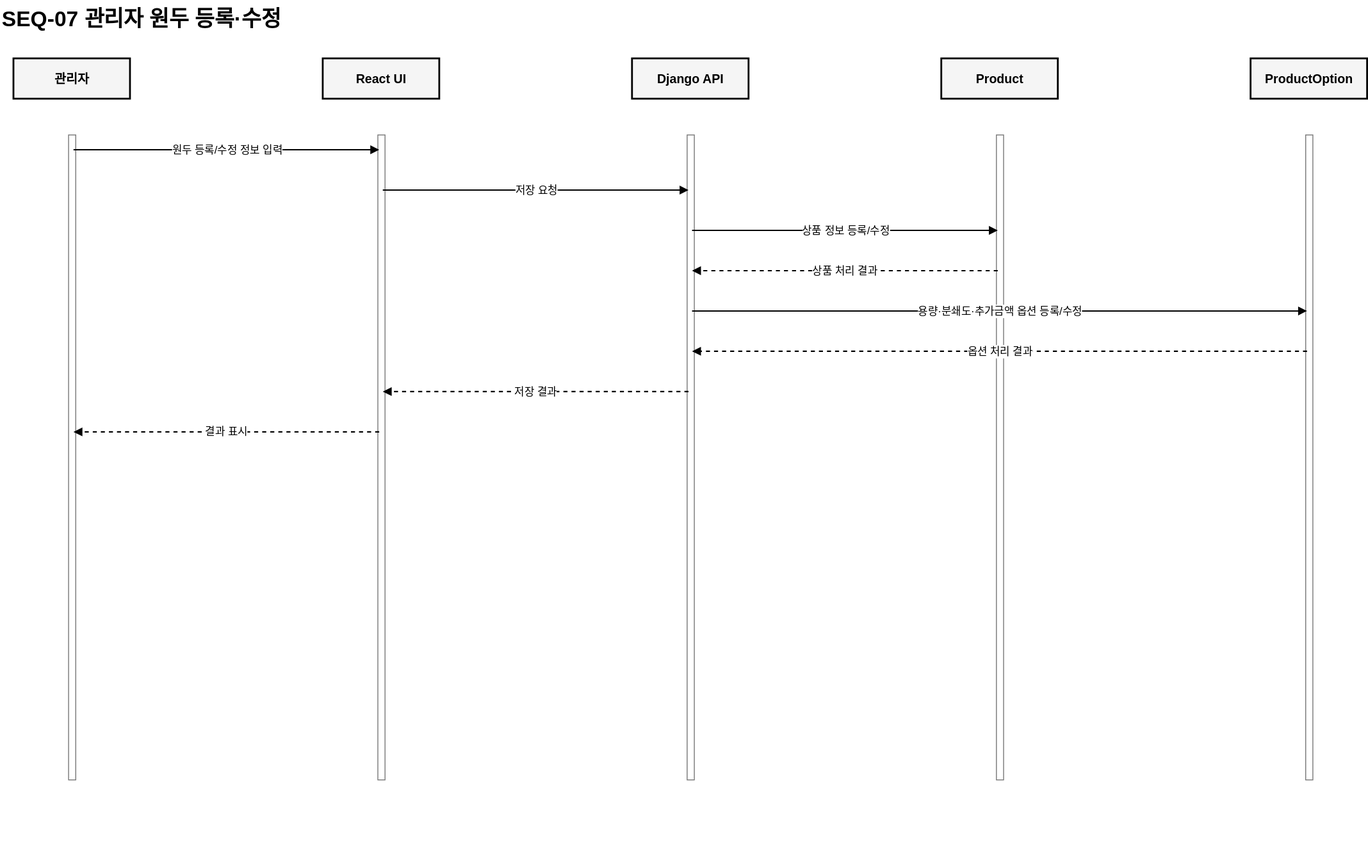
seren-wib/coffee-shop keeps this draw.io diagram as docs/frontend/sequence-diagrams/sequence-diagram-seq-07.drawio.svg. Above is the earlier version. Source tidied: cells renumbered, new cells last; positions are measured from the earlier drawing's top-left corner, leaving out a move shared by most shapes.
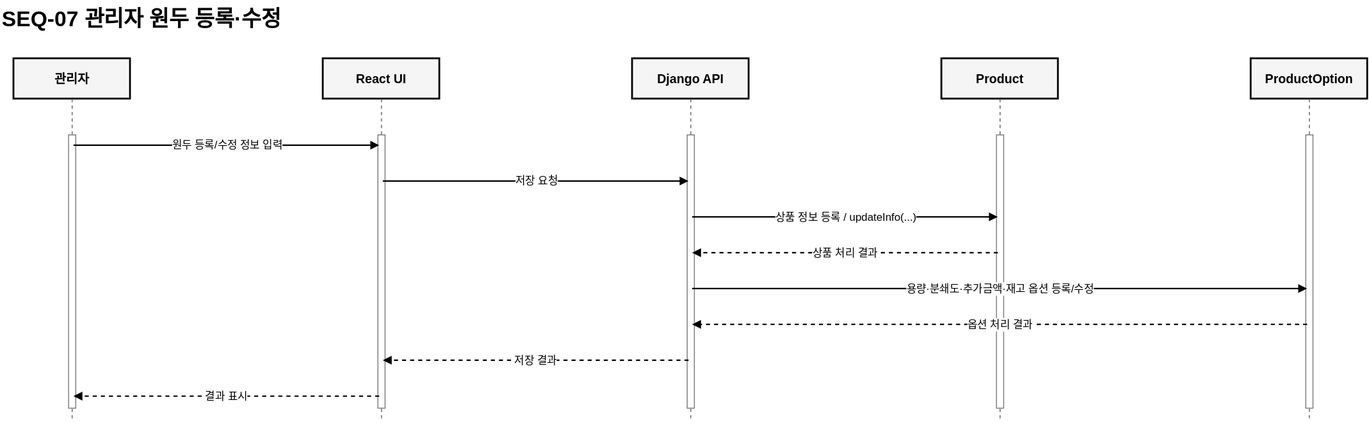
Above is the later version.

What changed in the source:
```diff
@@ -8,118 +8,118 @@
     <mxCell id="3" value="관리자" style="rounded=0;whiteSpace=wrap;html=1;strokeWidth=2;fillColor=#f5f5f5;fontStyle=1;fontSize=14;" parent="1" vertex="1">
       <mxGeometry x="15" y="65" width="130" height="45" as="geometry" />
     </mxCell>
-    <mxCell id="4" style="shape=line;html=1;strokeWidth=1.2;dashed=1;strokeColor=#777777;" parent="1" vertex="1">
-      <mxGeometry x="80" y="110" width="1" height="850" as="geometry" />
-    </mxCell>
-    <mxCell id="5" style="rounded=0;html=1;strokeColor=#777777;fillColor=#ffffff;" parent="1" vertex="1">
-      <mxGeometry x="76" y="150" width="8" height="720" as="geometry" />
-    </mxCell>
     <mxCell id="6" value="React UI" style="rounded=0;whiteSpace=wrap;html=1;strokeWidth=2;fillColor=#f5f5f5;fontStyle=1;fontSize=14;" parent="1" vertex="1">
       <mxGeometry x="360" y="65" width="130" height="45" as="geometry" />
     </mxCell>
-    <mxCell id="7" style="shape=line;html=1;strokeWidth=1.2;dashed=1;strokeColor=#777777;" parent="1" vertex="1">
-      <mxGeometry x="425" y="110" width="1" height="850" as="geometry" />
-    </mxCell>
-    <mxCell id="8" style="rounded=0;html=1;strokeColor=#777777;fillColor=#ffffff;" parent="1" vertex="1">
-      <mxGeometry x="421" y="150" width="8" height="720" as="geometry" />
-    </mxCell>
     <mxCell id="9" value="Django API" style="rounded=0;whiteSpace=wrap;html=1;strokeWidth=2;fillColor=#f5f5f5;fontStyle=1;fontSize=14;" parent="1" vertex="1">
       <mxGeometry x="705" y="65" width="130" height="45" as="geometry" />
     </mxCell>
-    <mxCell id="10" style="shape=line;html=1;strokeWidth=1.2;dashed=1;strokeColor=#777777;" parent="1" vertex="1">
-      <mxGeometry x="770" y="110" width="1" height="850" as="geometry" />
-    </mxCell>
-    <mxCell id="11" style="rounded=0;html=1;strokeColor=#777777;fillColor=#ffffff;" parent="1" vertex="1">
-      <mxGeometry x="766" y="150" width="8" height="720" as="geometry" />
-    </mxCell>
     <mxCell id="12" value="Product" style="rounded=0;whiteSpace=wrap;html=1;strokeWidth=2;fillColor=#f5f5f5;fontStyle=1;fontSize=14;" parent="1" vertex="1">
       <mxGeometry x="1050" y="65" width="130" height="45" as="geometry" />
     </mxCell>
-    <mxCell id="13" style="shape=line;html=1;strokeWidth=1.2;dashed=1;strokeColor=#777777;" parent="1" vertex="1">
-      <mxGeometry x="1115" y="110" width="1" height="850" as="geometry" />
-    </mxCell>
-    <mxCell id="14" style="rounded=0;html=1;strokeColor=#777777;fillColor=#ffffff;" parent="1" vertex="1">
-      <mxGeometry x="1111" y="150" width="8" height="720" as="geometry" />
-    </mxCell>
     <mxCell id="15" value="ProductOption" style="rounded=0;whiteSpace=wrap;html=1;strokeWidth=2;fillColor=#f5f5f5;fontStyle=1;fontSize=14;" parent="1" vertex="1">
       <mxGeometry x="1395" y="65" width="130" height="45" as="geometry" />
     </mxCell>
-    <mxCell id="16" style="shape=line;html=1;strokeWidth=1.2;dashed=1;strokeColor=#777777;" parent="1" vertex="1">
-      <mxGeometry x="1460" y="110" width="1" height="850" as="geometry" />
-    </mxCell>
-    <mxCell id="17" style="rounded=0;html=1;strokeColor=#777777;fillColor=#ffffff;" parent="1" vertex="1">
-      <mxGeometry x="1456" y="150" width="8" height="720" as="geometry" />
-    </mxCell>
-    <mxCell id="18" style="ellipse;html=1;strokeColor=none;fillColor=none;" parent="1" vertex="1">
-      <mxGeometry x="78" y="165" width="4" height="4" as="geometry" />
-    </mxCell>
-    <mxCell id="19" style="ellipse;html=1;strokeColor=none;fillColor=none;" parent="1" vertex="1">
-      <mxGeometry x="423" y="165" width="4" height="4" as="geometry" />
-    </mxCell>
+    <mxCell id="42" style="shape=line;direction=south;html=1;strokeWidth=1.2;dashed=1;strokeColor=#777777;" parent="1" vertex="1">
+      <mxGeometry x="75" y="110" width="10" height="360" as="geometry" />
+    </mxCell>
+    <mxCell id="43" style="rounded=0;html=1;strokeColor=#777777;fillColor=#ffffff;" parent="1" vertex="1">
+      <mxGeometry x="76" y="150" width="8" height="305" as="geometry" />
+    </mxCell>
+    <mxCell id="44" style="shape=line;direction=south;html=1;strokeWidth=1.2;dashed=1;strokeColor=#777777;" parent="1" vertex="1">
+      <mxGeometry x="420" y="110" width="10" height="360" as="geometry" />
+    </mxCell>
+    <mxCell id="45" style="rounded=0;html=1;strokeColor=#777777;fillColor=#ffffff;" parent="1" vertex="1">
+      <mxGeometry x="421" y="150" width="8" height="305" as="geometry" />
+    </mxCell>
+    <mxCell id="46" style="shape=line;direction=south;html=1;strokeWidth=1.2;dashed=1;strokeColor=#777777;" parent="1" vertex="1">
+      <mxGeometry x="765" y="110" width="10" height="360" as="geometry" />
+    </mxCell>
+    <mxCell id="47" style="rounded=0;html=1;strokeColor=#777777;fillColor=#ffffff;" parent="1" vertex="1">
+      <mxGeometry x="766" y="150" width="8" height="305" as="geometry" />
+    </mxCell>
+    <mxCell id="48" style="shape=line;direction=south;html=1;strokeWidth=1.2;dashed=1;strokeColor=#777777;" parent="1" vertex="1">
+      <mxGeometry x="1110" y="110" width="10" height="360" as="geometry" />
+    </mxCell>
+    <mxCell id="49" style="rounded=0;html=1;strokeColor=#777777;fillColor=#ffffff;" parent="1" vertex="1">
+      <mxGeometry x="1111" y="150" width="8" height="305" as="geometry" />
+    </mxCell>
+    <mxCell id="50" style="shape=line;direction=south;html=1;strokeWidth=1.2;dashed=1;strokeColor=#777777;" parent="1" vertex="1">
+      <mxGeometry x="1455" y="110" width="10" height="360" as="geometry" />
+    </mxCell>
+    <mxCell id="51" style="rounded=0;html=1;strokeColor=#777777;fillColor=#ffffff;" parent="1" vertex="1">
+      <mxGeometry x="1456" y="150" width="8" height="305" as="geometry" />
+    </mxCell>
+    <mxCell id="52" style="ellipse;html=1;strokeColor=none;fillColor=none;" parent="1" vertex="1">
+      <mxGeometry x="78" y="160" width="4" height="4" as="geometry" />
+    </mxCell>
+    <mxCell id="53" style="ellipse;html=1;strokeColor=none;fillColor=none;" parent="1" vertex="1">
+      <mxGeometry x="423" y="160" width="4" height="4" as="geometry" />
+    </mxCell>
-    <mxCell id="20" value="원두 등록/수정 정보 입력" style="edgeStyle=none;html=1;endArrow=block;endFill=1;strokeWidth=1.5;fontSize=12;labelBackgroundColor=#ffffff;" parent="1" edge="1" source="18" target="19">
+    <mxCell id="20" value="원두 등록/수정 정보 입력" style="edgeStyle=none;html=1;endArrow=block;endFill=1;strokeWidth=1.5;fontSize=12;labelBackgroundColor=#ffffff;" parent="1" edge="1" source="52" target="53">
       <mxGeometry relative="1" as="geometry" />
     </mxCell>
-    <mxCell id="21" style="ellipse;html=1;strokeColor=none;fillColor=none;" parent="1" vertex="1">
-      <mxGeometry x="423" y="210" width="4" height="4" as="geometry" />
-    </mxCell>
-    <mxCell id="22" style="ellipse;html=1;strokeColor=none;fillColor=none;" parent="1" vertex="1">
-      <mxGeometry x="768" y="210" width="4" height="4" as="geometry" />
-    </mxCell>
+    <mxCell id="54" style="ellipse;html=1;strokeColor=none;fillColor=none;" parent="1" vertex="1">
+      <mxGeometry x="423" y="200" width="4" height="4" as="geometry" />
+    </mxCell>
+    <mxCell id="55" style="ellipse;html=1;strokeColor=none;fillColor=none;" parent="1" vertex="1">
+      <mxGeometry x="768" y="200" width="4" height="4" as="geometry" />
+    </mxCell>
-    <mxCell id="23" value="저장 요청" style="edgeStyle=none;html=1;endArrow=block;endFill=1;strokeWidth=1.5;fontSize=12;labelBackgroundColor=#ffffff;" parent="1" edge="1" source="21" target="22">
+    <mxCell id="23" value="저장 요청" style="edgeStyle=none;html=1;endArrow=block;endFill=1;strokeWidth=1.5;fontSize=12;labelBackgroundColor=#ffffff;" parent="1" edge="1" source="54" target="55">
       <mxGeometry relative="1" as="geometry" />
     </mxCell>
-    <mxCell id="24" style="ellipse;html=1;strokeColor=none;fillColor=none;" parent="1" vertex="1">
-      <mxGeometry x="768" y="255" width="4" height="4" as="geometry" />
-    </mxCell>
-    <mxCell id="25" style="ellipse;html=1;strokeColor=none;fillColor=none;" parent="1" vertex="1">
-      <mxGeometry x="1113" y="255" width="4" height="4" as="geometry" />
-    </mxCell>
-    <mxCell id="26" value="상품 정보 등록/수정" style="edgeStyle=none;html=1;endArrow=block;endFill=1;strokeWidth=1.5;fontSize=12;labelBackgroundColor=#ffffff;" parent="1" edge="1" source="24" target="25">
-      <mxGeometry relative="1" as="geometry" />
-    </mxCell>
-    <mxCell id="27" style="ellipse;html=1;strokeColor=none;fillColor=none;" parent="1" vertex="1">
-      <mxGeometry x="1113" y="300" width="4" height="4" as="geometry" />
-    </mxCell>
-    <mxCell id="28" style="ellipse;html=1;strokeColor=none;fillColor=none;" parent="1" vertex="1">
-      <mxGeometry x="768" y="300" width="4" height="4" as="geometry" />
-    </mxCell>
+    <mxCell id="56" style="ellipse;html=1;strokeColor=none;fillColor=none;" parent="1" vertex="1">
+      <mxGeometry x="768" y="240" width="4" height="4" as="geometry" />
+    </mxCell>
+    <mxCell id="57" style="ellipse;html=1;strokeColor=none;fillColor=none;" parent="1" vertex="1">
+      <mxGeometry x="1113" y="240" width="4" height="4" as="geometry" />
+    </mxCell>
+    <mxCell id="58" value="상품 정보 등록 / updateInfo(...)" style="edgeStyle=none;html=1;endArrow=block;endFill=1;strokeWidth=1.5;fontSize=12;labelBackgroundColor=#ffffff;" parent="1" edge="1" source="56" target="57">
+      <mxGeometry relative="1" as="geometry" />
+    </mxCell>
+    <mxCell id="59" style="ellipse;html=1;strokeColor=none;fillColor=none;" parent="1" vertex="1">
+      <mxGeometry x="1113" y="280" width="4" height="4" as="geometry" />
+    </mxCell>
+    <mxCell id="60" style="ellipse;html=1;strokeColor=none;fillColor=none;" parent="1" vertex="1">
+      <mxGeometry x="768" y="280" width="4" height="4" as="geometry" />
+    </mxCell>
-    <mxCell id="29" value="상품 처리 결과" style="edgeStyle=none;html=1;endArrow=block;endFill=1;strokeWidth=1.5;fontSize=12;labelBackgroundColor=#ffffff;dashed=1;" parent="1" edge="1" source="27" target="28">
+    <mxCell id="29" value="상품 처리 결과" style="edgeStyle=none;html=1;endArrow=block;endFill=1;strokeWidth=1.5;fontSize=12;labelBackgroundColor=#ffffff;dashed=1;" parent="1" edge="1" source="59" target="60">
       <mxGeometry relative="1" as="geometry" />
     </mxCell>
-    <mxCell id="30" style="ellipse;html=1;strokeColor=none;fillColor=none;" parent="1" vertex="1">
-      <mxGeometry x="768" y="345" width="4" height="4" as="geometry" />
-    </mxCell>
-    <mxCell id="31" style="ellipse;html=1;strokeColor=none;fillColor=none;" parent="1" vertex="1">
-      <mxGeometry x="1458" y="345" width="4" height="4" as="geometry" />
-    </mxCell>
-    <mxCell id="32" value="용량·분쇄도·추가금액 옵션 등록/수정" style="edgeStyle=none;html=1;endArrow=block;endFill=1;strokeWidth=1.5;fontSize=12;labelBackgroundColor=#ffffff;" parent="1" edge="1" source="30" target="31">
-      <mxGeometry relative="1" as="geometry" />
-    </mxCell>
-    <mxCell id="33" style="ellipse;html=1;strokeColor=none;fillColor=none;" parent="1" vertex="1">
-      <mxGeometry x="1458" y="390" width="4" height="4" as="geometry" />
-    </mxCell>
-    <mxCell id="34" style="ellipse;html=1;strokeColor=none;fillColor=none;" parent="1" vertex="1">
-      <mxGeometry x="768" y="390" width="4" height="4" as="geometry" />
-    </mxCell>
+    <mxCell id="61" style="ellipse;html=1;strokeColor=none;fillColor=none;" parent="1" vertex="1">
+      <mxGeometry x="768" y="320" width="4" height="4" as="geometry" />
+    </mxCell>
+    <mxCell id="62" style="ellipse;html=1;strokeColor=none;fillColor=none;" parent="1" vertex="1">
+      <mxGeometry x="1458" y="320" width="4" height="4" as="geometry" />
+    </mxCell>
+    <mxCell id="63" value="용량·분쇄도·추가금액·재고 옵션 등록/수정" style="edgeStyle=none;html=1;endArrow=block;endFill=1;strokeWidth=1.5;fontSize=12;labelBackgroundColor=#ffffff;" parent="1" edge="1" source="61" target="62">
+      <mxGeometry relative="1" as="geometry" />
+    </mxCell>
+    <mxCell id="64" style="ellipse;html=1;strokeColor=none;fillColor=none;" parent="1" vertex="1">
+      <mxGeometry x="1458" y="360" width="4" height="4" as="geometry" />
+    </mxCell>
+    <mxCell id="65" style="ellipse;html=1;strokeColor=none;fillColor=none;" parent="1" vertex="1">
+      <mxGeometry x="768" y="360" width="4" height="4" as="geometry" />
+    </mxCell>
-    <mxCell id="35" value="옵션 처리 결과" style="edgeStyle=none;html=1;endArrow=block;endFill=1;strokeWidth=1.5;fontSize=12;labelBackgroundColor=#ffffff;dashed=1;" parent="1" edge="1" source="33" target="34">
+    <mxCell id="35" value="옵션 처리 결과" style="edgeStyle=none;html=1;endArrow=block;endFill=1;strokeWidth=1.5;fontSize=12;labelBackgroundColor=#ffffff;dashed=1;" parent="1" edge="1" source="64" target="65">
       <mxGeometry relative="1" as="geometry" />
     </mxCell>
-    <mxCell id="36" style="ellipse;html=1;strokeColor=none;fillColor=none;" parent="1" vertex="1">
-      <mxGeometry x="768" y="435" width="4" height="4" as="geometry" />
-    </mxCell>
-    <mxCell id="37" style="ellipse;html=1;strokeColor=none;fillColor=none;" parent="1" vertex="1">
-      <mxGeometry x="423" y="435" width="4" height="4" as="geometry" />
-    </mxCell>
+    <mxCell id="66" style="ellipse;html=1;strokeColor=none;fillColor=none;" parent="1" vertex="1">
+      <mxGeometry x="768" y="400" width="4" height="4" as="geometry" />
+    </mxCell>
+    <mxCell id="67" style="ellipse;html=1;strokeColor=none;fillColor=none;" parent="1" vertex="1">
+      <mxGeometry x="423" y="400" width="4" height="4" as="geometry" />
+    </mxCell>
-    <mxCell id="38" value="저장 결과" style="edgeStyle=none;html=1;endArrow=block;endFill=1;strokeWidth=1.5;fontSize=12;labelBackgroundColor=#ffffff;dashed=1;" parent="1" edge="1" source="36" target="37">
+    <mxCell id="38" value="저장 결과" style="edgeStyle=none;html=1;endArrow=block;endFill=1;strokeWidth=1.5;fontSize=12;labelBackgroundColor=#ffffff;dashed=1;" parent="1" edge="1" source="66" target="67">
       <mxGeometry relative="1" as="geometry" />
     </mxCell>
-    <mxCell id="39" style="ellipse;html=1;strokeColor=none;fillColor=none;" parent="1" vertex="1">
-      <mxGeometry x="423" y="480" width="4" height="4" as="geometry" />
-    </mxCell>
-    <mxCell id="40" style="ellipse;html=1;strokeColor=none;fillColor=none;" parent="1" vertex="1">
-      <mxGeometry x="78" y="480" width="4" height="4" as="geometry" />
-    </mxCell>
+    <mxCell id="68" style="ellipse;html=1;strokeColor=none;fillColor=none;" parent="1" vertex="1">
+      <mxGeometry x="423" y="440" width="4" height="4" as="geometry" />
+    </mxCell>
+    <mxCell id="69" style="ellipse;html=1;strokeColor=none;fillColor=none;" parent="1" vertex="1">
+      <mxGeometry x="78" y="440" width="4" height="4" as="geometry" />
+    </mxCell>
-    <mxCell id="41" value="결과 표시" style="edgeStyle=none;html=1;endArrow=block;endFill=1;strokeWidth=1.5;fontSize=12;labelBackgroundColor=#ffffff;dashed=1;" parent="1" edge="1" source="39" target="40">
+    <mxCell id="41" value="결과 표시" style="edgeStyle=none;html=1;endArrow=block;endFill=1;strokeWidth=1.5;fontSize=12;labelBackgroundColor=#ffffff;dashed=1;" parent="1" edge="1" source="68" target="69">
       <mxGeometry relative="1" as="geometry" />
     </mxCell>
   </root>
```
